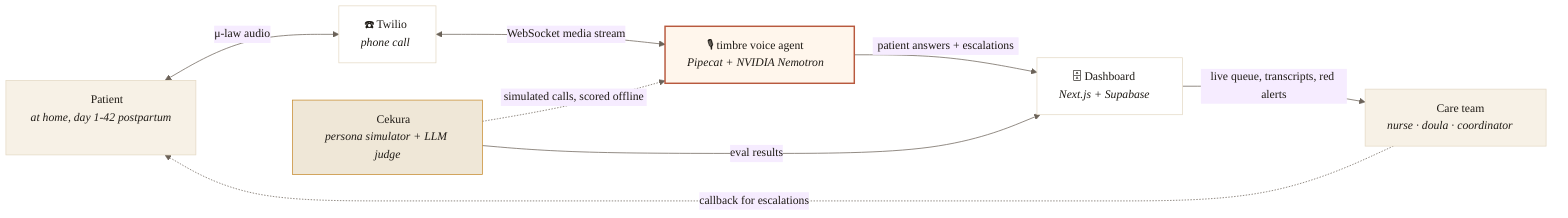
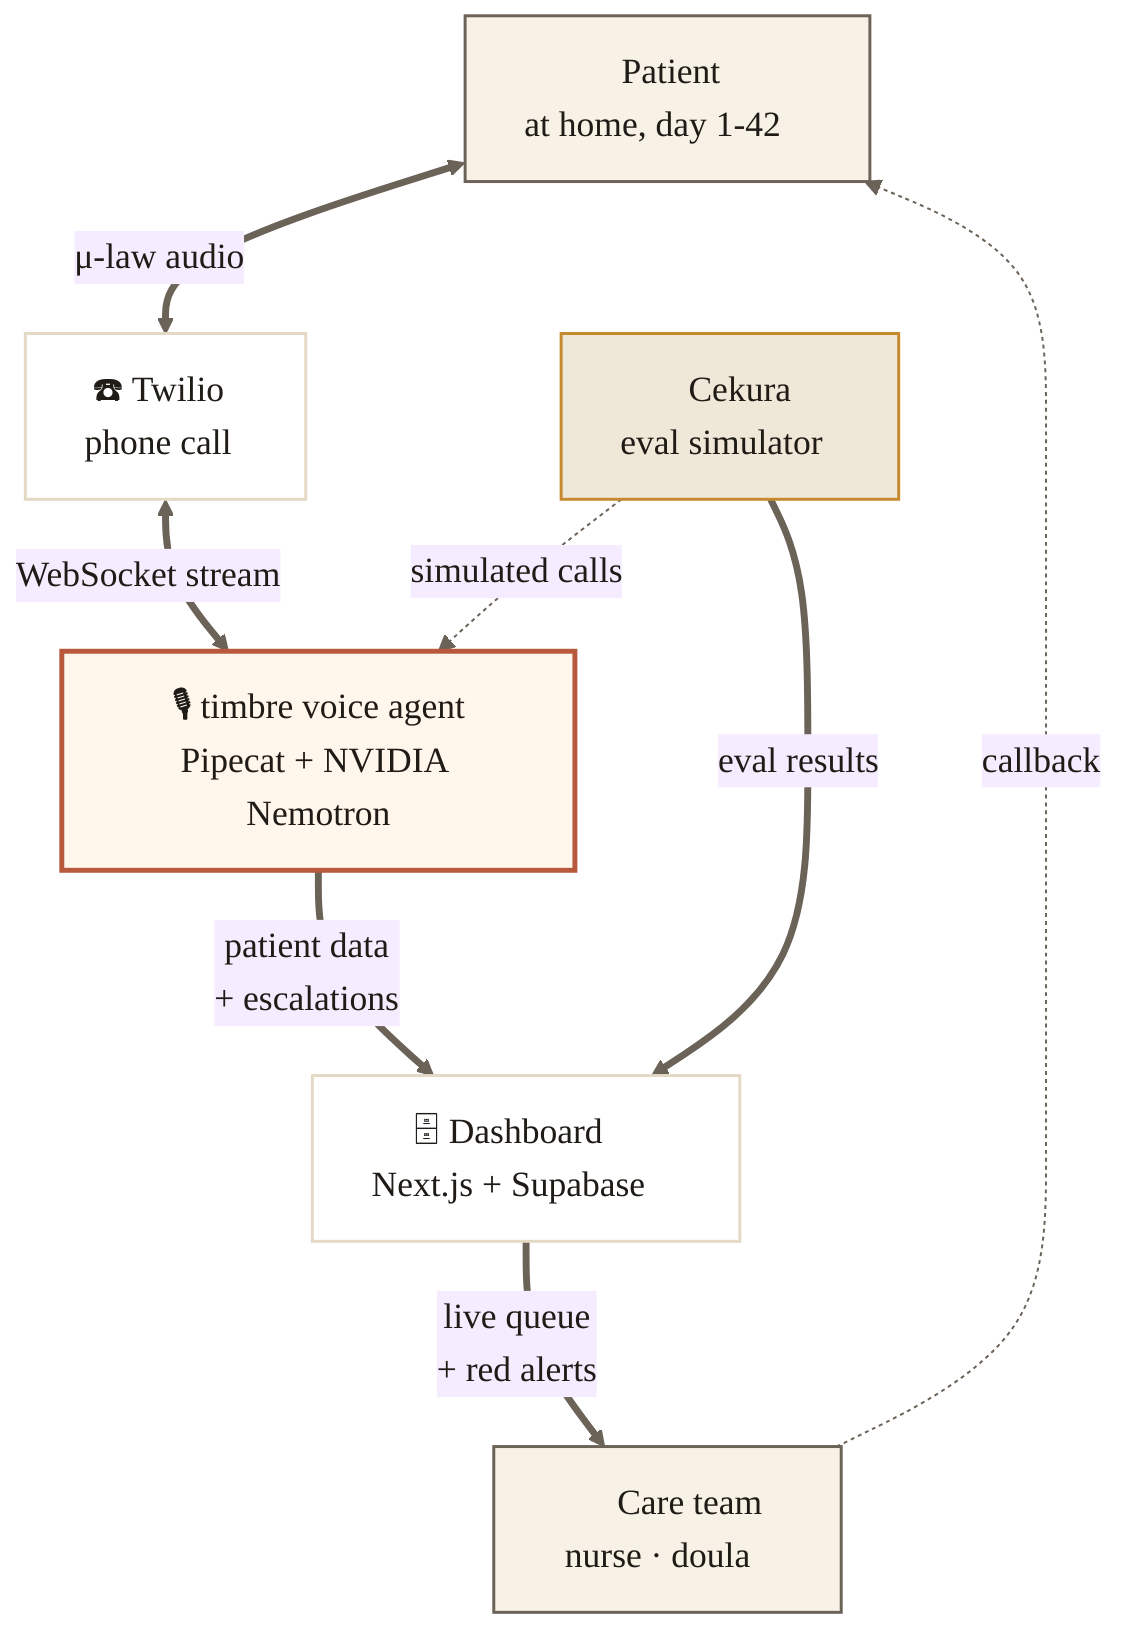
---
config:
  theme: base
  themeVariables:
    background: "#F7F1E6"
    primaryColor: "#FFF6EC"
    primaryBorderColor: "#B8593E"
    primaryTextColor: "#1F1B16"
    lineColor: "#6B6258"
    fontFamily: "Inter, system-ui, sans-serif"
+     fontSize: "18px"
---
- flowchart LR
-   P["📱 Patient<br/><i>at home, day 1-42 postpartum</i>"]
-   T["☎️ Twilio<br/><i>phone call</i>"]
-   V["🎙️ timbre voice agent<br/><i>Pipecat + NVIDIA Nemotron</i>"]
-   D["🗄️ Dashboard<br/><i>Next.js + Supabase</i>"]
-   N["👩‍⚕️ Care team<br/><i>nurse · doula · coordinator</i>"]
-   C["🧪 Cekura<br/><i>persona simulator + LLM judge</i>"]
+ flowchart TB
+   P["📱 Patient<br/>at home, day 1-42"]
+   T["☎️ Twilio<br/>phone call"]
+   V["🎙️ timbre voice agent<br/>Pipecat + NVIDIA Nemotron"]
+   D["🗄️ Dashboard<br/>Next.js + Supabase"]
+   N["👩‍⚕️ Care team<br/>nurse · doula"]
+   C["🧪 Cekura<br/>eval simulator"]

-   P <-->|μ-law audio| T
-   T <-->|WebSocket media stream| V
-   V -->|patient answers + escalations| D
-   D -->|live queue, transcripts, red alerts| N
-   N -.->|callback for escalations| P
-   C -.->|simulated calls, scored offline| V
-   C -->|eval results| D
+   P <==>|μ-law audio| T
+   T <==>|WebSocket stream| V
+   V ==>|patient data<br/>+ escalations| D
+   D ==>|live queue<br/>+ red alerts| N
+   N -.->|callback| P
+   C -.->|simulated calls| V
+   C ==>|eval results| D

-   classDef patient fill:#F7F1E6,stroke:#E4D9C5,color:#1F1B16
-   classDef agent fill:#FFF6EC,stroke:#B8593E,color:#1F1B16,stroke-width:2px
-   classDef dash fill:#FFFFFF,stroke:#E4D9C5,color:#1F1B16
-   classDef eval fill:#EFE7D7,stroke:#C68A2E,color:#1F1B16
+   classDef patient fill:#F7F1E6,stroke:#6B6258,color:#1F1B16,stroke-width:1.5px
+   classDef agent fill:#FFF6EC,stroke:#B8593E,color:#1F1B16,stroke-width:2.5px
+   classDef dash fill:#FFFFFF,stroke:#E4D9C5,color:#1F1B16,stroke-width:1.5px
+   classDef eval fill:#EFE7D7,stroke:#C68A2E,color:#1F1B16,stroke-width:1.5px

  class P,N patient
  class V agent
  class T,D dash
  class C eval
